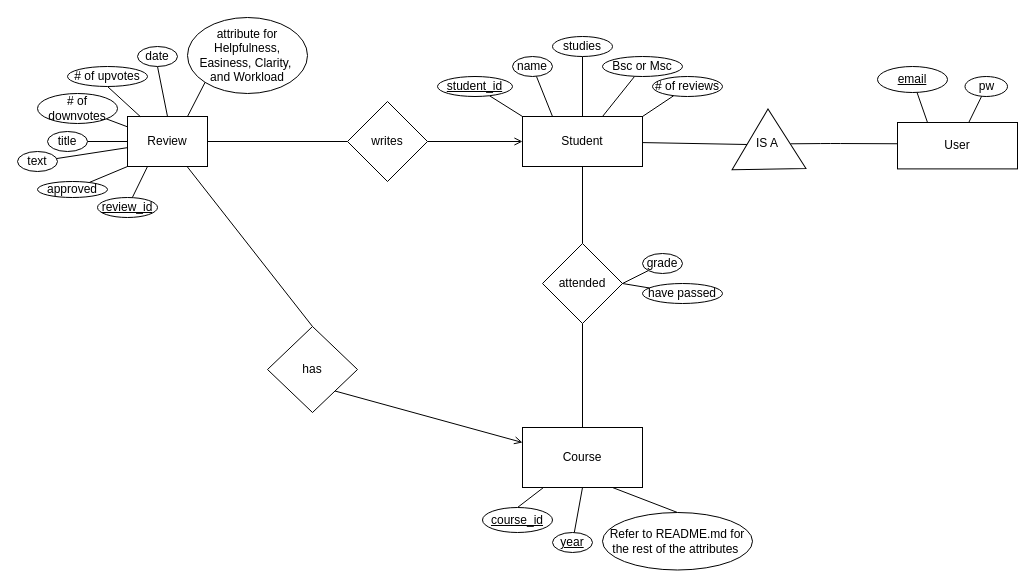
Above: er.drawio in linneasandersen/DIS_project (draw.io), before the change. Source tidied: cells renumbered, new cells numbered last; positions are measured from the earlier drawing's top-left corner, leaving out a move shared by most shapes. Both pictures are drawn from the tidied source at 100%, with x=0, y=0 at pixel (17, 17).
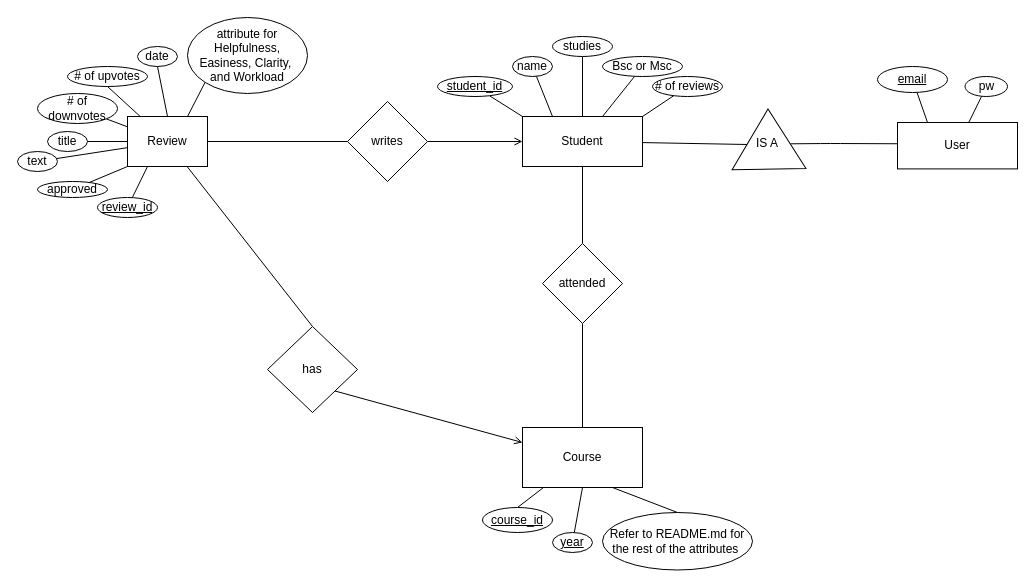
The same diagram, later.

The change refers to these unchanged cells:
```xml
<mxCell id="9" value="attended" style="rhombus;whiteSpace=wrap;html=1;" parent="1" vertex="1">
  <mxGeometry x="525" y="226" width="80" height="80" as="geometry" />
</mxCell>
```

The edit, as a diff of the source:
```diff
@@
-    <mxCell id="16" style="edgeStyle=none;html=1;endArrow=none;endFill=0;" parent="1" edge="1" source="17">
-      <mxGeometry relative="1" as="geometry">
-        <mxPoint x="605" y="266" as="targetPoint" />
-      </mxGeometry>
-    </mxCell>
-    <mxCell id="17" value="grade" style="ellipse;whiteSpace=wrap;html=1;" parent="1" vertex="1">
-      <mxGeometry x="625" y="236" width="40" height="20" as="geometry" />
-    </mxCell>
-    <mxCell id="18" style="edgeStyle=none;html=1;endArrow=none;endFill=0;entryX=1;entryY=0.5;entryDx=0;entryDy=0;" parent="1" edge="1" source="19" target="9">
-      <mxGeometry relative="1" as="geometry" />
-    </mxCell>
-    <mxCell id="19" value="have passed" style="ellipse;whiteSpace=wrap;html=1;" parent="1" vertex="1">
-      <mxGeometry x="625" y="266" width="80" height="20" as="geometry" />
-    </mxCell>
```
